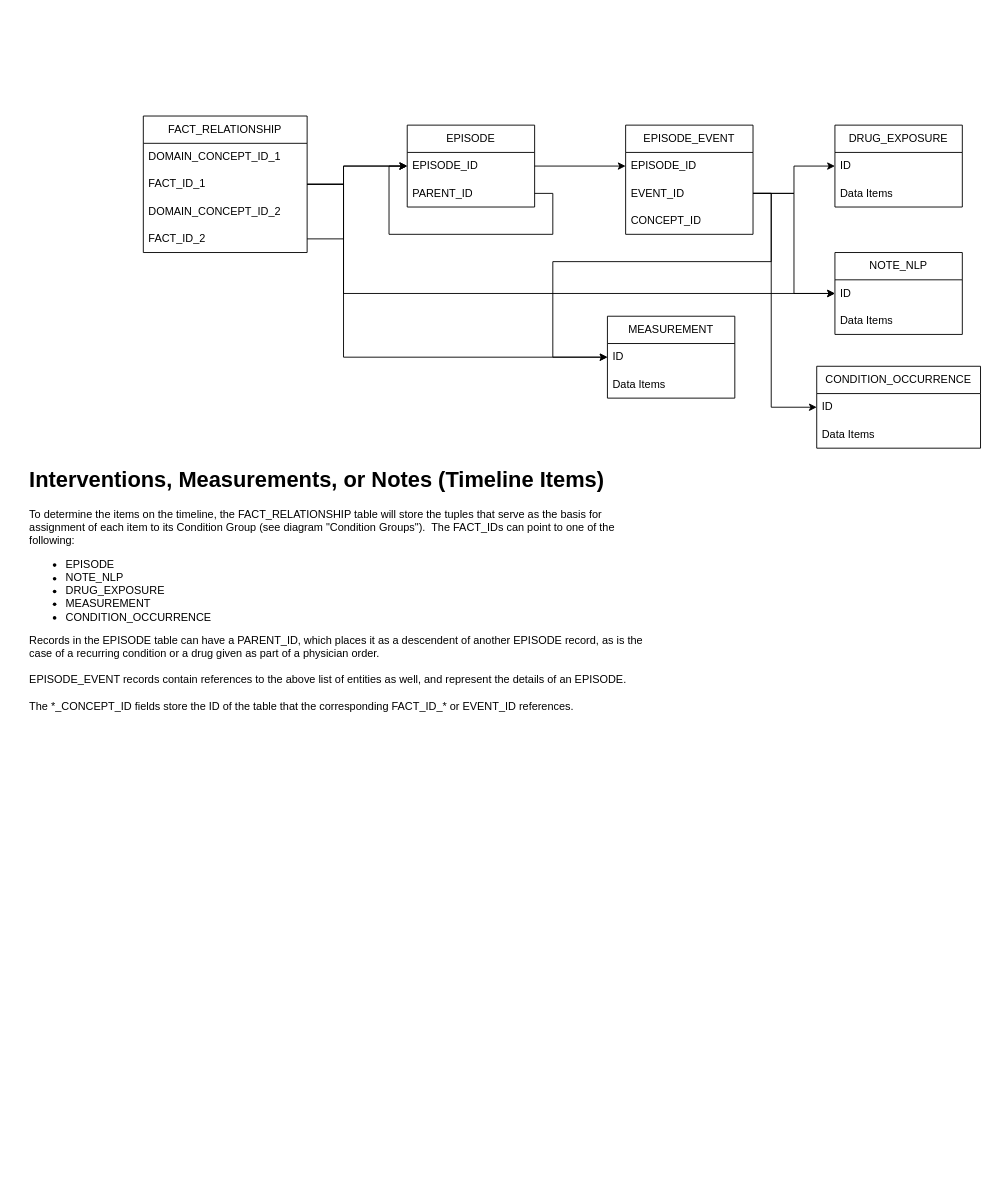
Above: page "Timeline Items" (3 of 7) of R21 PSKB Usage of OMOP tables.drawio in ntimkovich/UAB-II-Diagrams (draw.io), before the change. Source tidied: cells renumbered, new cells numbered last; positions are measured from the earlier drawing's top-left corner, leaving out a move shared by most shapes. Both pictures are drawn from the tidied source at 91%, with x=0, y=0 at pixel (25, 116).
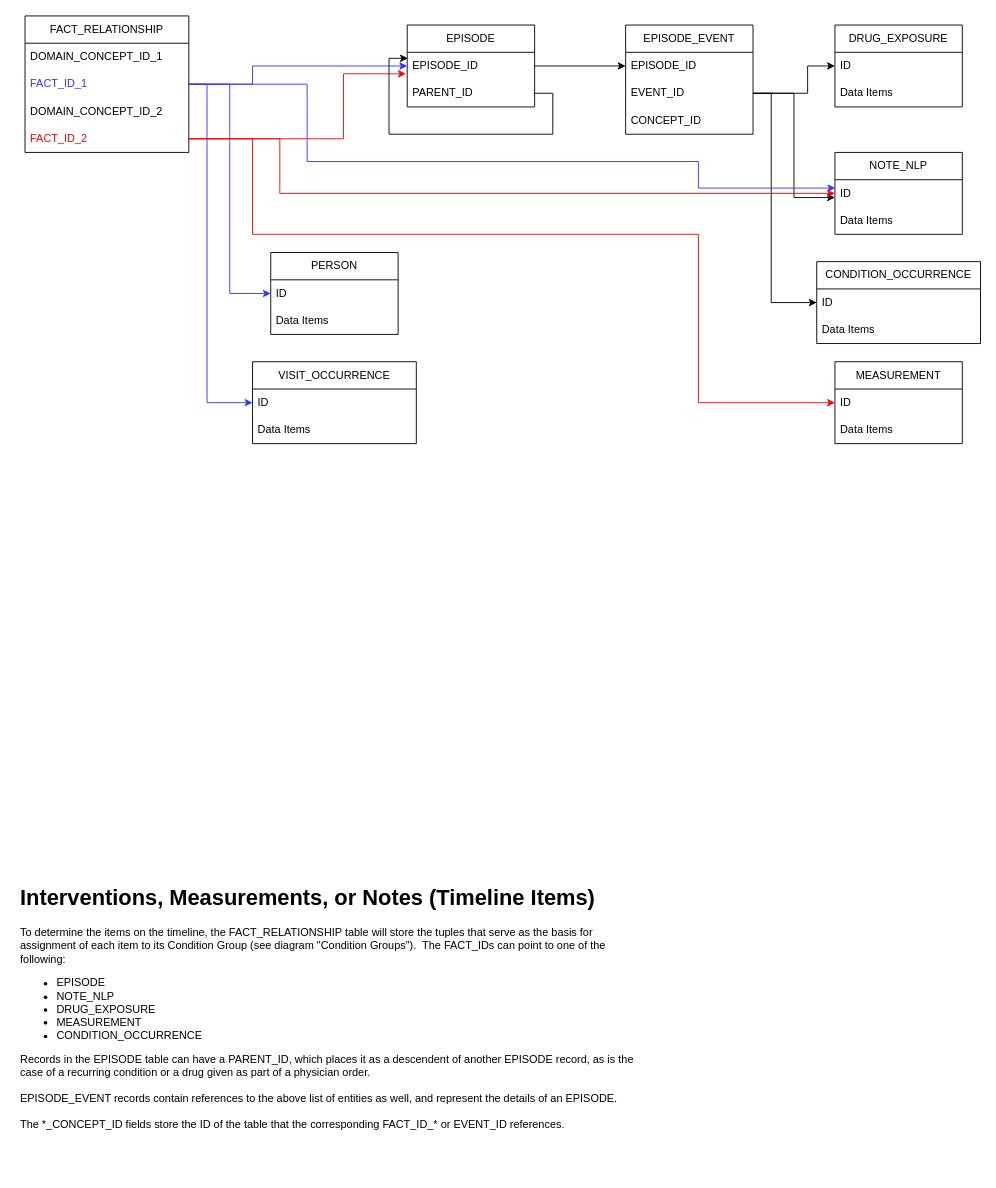
Above is the later version.

Commit message (it also covers changes not shown here):
Modified Timeline Items diagram to show actual relationships, color-coded

Unchanged cells that the change refers to:
```xml
<mxCell id="9" value="EVENT_ID" style="text;strokeColor=none;fillColor=none;align=left;verticalAlign=middle;spacingLeft=4;spacingRight=4;overflow=hidden;points=[[0,0.5],[1,0.5]];portConstraint=eastwest;whiteSpace=wrap;html=1;" parent="7" vertex="1">
  <mxGeometry y="60" width="140" height="30" as="geometry" />
</mxCell>
<mxCell id="12" value="ID" style="text;strokeColor=none;fillColor=none;align=left;verticalAlign=middle;spacingLeft=4;spacingRight=4;overflow=hidden;points=[[0,0.5],[1,0.5]];portConstraint=eastwest;whiteSpace=wrap;html=1;" parent="11" vertex="1">
  <mxGeometry y="30" width="140" height="30" as="geometry" />
</mxCell>
<mxCell id="15" value="ID" style="text;strokeColor=none;fillColor=none;align=left;verticalAlign=middle;spacingLeft=4;spacingRight=4;overflow=hidden;points=[[0,0.5],[1,0.5]];portConstraint=eastwest;whiteSpace=wrap;html=1;" parent="14" vertex="1">
  <mxGeometry y="30" width="140" height="30" as="geometry" />
</mxCell>
<mxCell id="18" value="ID" style="text;strokeColor=none;fillColor=none;align=left;verticalAlign=middle;spacingLeft=4;spacingRight=4;overflow=hidden;points=[[0,0.5],[1,0.5]];portConstraint=eastwest;whiteSpace=wrap;html=1;" parent="17" vertex="1">
  <mxGeometry y="30" width="180" height="30" as="geometry" />
</mxCell>
<mxCell id="24" value="EPISODE_ID" style="text;strokeColor=none;fillColor=none;align=left;verticalAlign=middle;spacingLeft=4;spacingRight=4;overflow=hidden;points=[[0,0.5],[1,0.5]];portConstraint=eastwest;whiteSpace=wrap;html=1;" parent="23" vertex="1">
  <mxGeometry y="30" width="140" height="30" as="geometry" />
</mxCell>
<mxCell id="26" value="PARENT_ID" style="text;strokeColor=none;fillColor=none;align=left;verticalAlign=middle;spacingLeft=4;spacingRight=4;overflow=hidden;points=[[0,0.5],[1,0.5]];portConstraint=eastwest;whiteSpace=wrap;html=1;" parent="23" vertex="1">
  <mxGeometry y="60" width="140" height="30" as="geometry" />
</mxCell>
<mxCell id="32" value="ID" style="text;strokeColor=none;fillColor=none;align=left;verticalAlign=middle;spacingLeft=4;spacingRight=4;overflow=hidden;points=[[0,0.5],[1,0.5]];portConstraint=eastwest;whiteSpace=wrap;html=1;" parent="31" vertex="1">
  <mxGeometry y="30" width="140" height="30" as="geometry" />
</mxCell>
```

The edit, as a diff of the source:
```diff
@@
     <mxCell id="2" value="FACT_RELATIONSHIP" style="swimlane;fontStyle=0;horizontal=1;startSize=30;whiteSpace=wrap;html=1;" parent="1" vertex="1">
-      <mxGeometry x="130" width="180" height="150" as="geometry" />
+      <mxGeometry y="-110" width="180" height="150" as="geometry" />
     </mxCell>
@@
-    <mxCell id="4" value="FACT_ID_1" style="text;strokeColor=none;fillColor=none;align=left;verticalAlign=middle;spacingLeft=4;spacingRight=4;overflow=hidden;points=[[0,0.5],[1,0.5]];portConstraint=eastwest;whiteSpace=wrap;html=1;" parent="2" vertex="1">
+    <mxCell id="4" value="FACT_ID_1" style="text;strokeColor=none;fillColor=none;align=left;verticalAlign=middle;spacingLeft=4;spacingRight=4;overflow=hidden;points=[[0,0.5],[1,0.5]];portConstraint=eastwest;whiteSpace=wrap;html=1;fontColor=#3333FF;" parent="2" vertex="1">
       <mxGeometry y="60" width="180" height="30" as="geometry" />
     </mxCell>
@@
-    <mxCell id="6" value="FACT_ID_2" style="text;strokeColor=none;fillColor=none;align=left;verticalAlign=middle;spacingLeft=4;spacingRight=4;overflow=hidden;points=[[0,0.5],[1,0.5]];portConstraint=eastwest;whiteSpace=wrap;html=1;" parent="2" vertex="1">
+    <mxCell id="6" value="FACT_ID_2" style="text;strokeColor=none;fillColor=none;align=left;verticalAlign=middle;spacingLeft=4;spacingRight=4;overflow=hidden;points=[[0,0.5],[1,0.5]];portConstraint=eastwest;whiteSpace=wrap;html=1;fontColor=#FF0000;" parent="2" vertex="1">
       <mxGeometry y="120" width="180" height="30" as="geometry" />
     </mxCell>
     <mxCell id="7" value="EPISODE_EVENT" style="swimlane;fontStyle=0;horizontal=1;startSize=30;whiteSpace=wrap;html=1;" parent="1" vertex="1">
-      <mxGeometry x="660" y="10" width="140" height="120" as="geometry" />
+      <mxGeometry x="660" y="-100" width="140" height="120" as="geometry" />
     </mxCell>
@@
     <mxCell id="11" value="DRUG_EXPOSURE" style="swimlane;fontStyle=0;horizontal=1;startSize=30;whiteSpace=wrap;html=1;" parent="1" vertex="1">
-      <mxGeometry x="890" y="10" width="140" height="90" as="geometry" />
+      <mxGeometry x="890" y="-100" width="140" height="90" as="geometry" />
     </mxCell>
@@
     <mxCell id="14" value="NOTE_NLP" style="swimlane;fontStyle=0;horizontal=1;startSize=30;whiteSpace=wrap;html=1;" parent="1" vertex="1">
-      <mxGeometry x="890" y="150" width="140" height="90" as="geometry" />
+      <mxGeometry x="890" y="40" width="140" height="90" as="geometry" />
     </mxCell>
@@
     <mxCell id="17" value="CONDITION_OCCURRENCE" style="swimlane;fontStyle=0;horizontal=1;startSize=30;whiteSpace=wrap;html=1;" parent="1" vertex="1">
-      <mxGeometry x="870" y="275" width="180" height="90" as="geometry" />
+      <mxGeometry x="870" y="160" width="180" height="90" as="geometry" />
     </mxCell>
@@
     <mxCell id="20" style="edgeStyle=orthogonalEdgeStyle;rounded=0;jettySize=auto;html=1;exitX=1;exitY=0.5;exitDx=0;exitDy=0;entryX=0;entryY=0.5;entryDx=0;entryDy=0;" parent="1" edge="1" source="9" target="12">
-      <mxGeometry relative="1" as="geometry" />
+      <mxGeometry relative="1" as="geometry">
+        <Array as="points">
+          <mxPoint x="860" y="-25" />
+          <mxPoint x="860" y="-55" />
+        </Array>
+      </mxGeometry>
     </mxCell>
-    <mxCell id="21" style="edgeStyle=orthogonalEdgeStyle;rounded=0;jettySize=auto;html=1;exitX=1;exitY=0.5;exitDx=0;exitDy=0;entryX=0;entryY=0.5;entryDx=0;entryDy=0;" parent="1" edge="1" source="9" target="15">
+    <mxCell id="21" style="edgeStyle=orthogonalEdgeStyle;rounded=0;jettySize=auto;html=1;exitX=1;exitY=0.5;exitDx=0;exitDy=0;entryX=0;entryY=0.653;entryDx=0;entryDy=0;entryPerimeter=0;" parent="1" edge="1" source="9" target="15">
       <mxGeometry relative="1" as="geometry" />
     </mxCell>
     <mxCell id="22" style="edgeStyle=orthogonalEdgeStyle;rounded=0;jettySize=auto;html=1;exitX=1;exitY=0.5;exitDx=0;exitDy=0;entryX=0;entryY=0.5;entryDx=0;entryDy=0;" parent="1" edge="1" source="9" target="18">
       <mxGeometry relative="1" as="geometry">
         <Array as="points">
-          <mxPoint x="820" y="85" />
-          <mxPoint x="820" y="320" />
+          <mxPoint x="820" y="-25" />
+          <mxPoint x="820" y="205" />
         </Array>
       </mxGeometry>
     </mxCell>
     <mxCell id="23" value="EPISODE" style="swimlane;fontStyle=0;horizontal=1;startSize=30;whiteSpace=wrap;html=1;" parent="1" vertex="1">
-      <mxGeometry x="420" y="10" width="140" height="90" as="geometry" />
+      <mxGeometry x="420" y="-100" width="140" height="90" as="geometry" />
     </mxCell>
@@
-    <mxCell id="25" style="edgeStyle=orthogonalEdgeStyle;rounded=0;jettySize=auto;html=1;exitX=1;exitY=0.5;exitDx=0;exitDy=0;entryX=0;entryY=0.5;entryDx=0;entryDy=0;" parent="23" edge="1" source="26" target="24">
+    <mxCell id="25" style="edgeStyle=orthogonalEdgeStyle;rounded=0;jettySize=auto;html=1;exitX=1;exitY=0.5;exitDx=0;exitDy=0;entryX=0.005;entryY=0.219;entryDx=0;entryDy=0;entryPerimeter=0;" parent="23" edge="1" source="26" target="24">
       <mxGeometry relative="1" as="geometry">
         <Array as="points">
           <mxPoint x="160" y="75" />
           <mxPoint x="160" y="120" />
           <mxPoint x="-20" y="120" />
-          <mxPoint x="-20" y="45" />
+          <mxPoint x="-20" y="37" />
+          <mxPoint x="1" y="37" />
         </Array>
       </mxGeometry>
     </mxCell>
@@
-    <mxCell id="27" style="edgeStyle=orthogonalEdgeStyle;rounded=0;jettySize=auto;html=1;exitX=1;exitY=0.5;exitDx=0;exitDy=0;entryX=0;entryY=0.5;entryDx=0;entryDy=0;" parent="1" edge="1" source="6" target="24">
+    <mxCell id="27" style="edgeStyle=orthogonalEdgeStyle;rounded=0;jettySize=auto;html=1;exitX=1;exitY=0.5;exitDx=0;exitDy=0;entryX=-0.011;entryY=0.787;entryDx=0;entryDy=0;strokeColor=#FF0000;entryPerimeter=0;" parent="1" edge="1" source="6" target="24">
       <mxGeometry relative="1" as="geometry">
         <Array as="points">
-          <mxPoint x="350" y="135" />
-          <mxPoint x="350" y="55" />
+          <mxPoint x="350" y="25" />
+          <mxPoint x="350" y="-46" />
+          <mxPoint x="419" y="-46" />
         </Array>
       </mxGeometry>
     </mxCell>
@@
-    <mxCell id="29" style="edgeStyle=orthogonalEdgeStyle;rounded=0;jettySize=auto;html=1;exitX=1;exitY=0.5;exitDx=0;exitDy=0;entryX=0;entryY=0.5;entryDx=0;entryDy=0;" parent="1" edge="1" source="4" target="24">
-      <mxGeometry relative="1" as="geometry">
-        <Array as="points">
-          <mxPoint x="350" y="75" />
-          <mxPoint x="350" y="55" />
-        </Array>
-      </mxGeometry>
-    </mxCell>
-    <mxCell id="30" style="edgeStyle=orthogonalEdgeStyle;rounded=0;jettySize=auto;html=1;exitX=1;exitY=0.5;exitDx=0;exitDy=0;entryX=0;entryY=0.5;entryDx=0;entryDy=0;" parent="1" edge="1" source="4" target="15">
+    <mxCell id="30" style="edgeStyle=orthogonalEdgeStyle;rounded=0;jettySize=auto;html=1;exitX=1;exitY=0.5;exitDx=0;exitDy=0;entryX=0.003;entryY=0.307;entryDx=0;entryDy=0;strokeColor=#3333FF;entryPerimeter=0;" parent="1" edge="1" source="4" target="15">
       <mxGeometry relative="1" as="geometry">
         <Array as="points">
-          <mxPoint x="350" y="75" />
-          <mxPoint x="350" y="195" />
+          <mxPoint x="310" y="-35" />
+          <mxPoint x="310" y="50" />
+          <mxPoint x="740" y="50" />
+          <mxPoint x="740" y="79" />
         </Array>
       </mxGeometry>
     </mxCell>
     <mxCell id="31" value="MEASUREMENT" style="swimlane;fontStyle=0;horizontal=1;startSize=30;whiteSpace=wrap;html=1;" parent="1" vertex="1">
-      <mxGeometry x="640" y="220" width="140" height="90" as="geometry" />
+      <mxGeometry x="890" y="270" width="140" height="90" as="geometry" />
     </mxCell>
@@
-    <mxCell id="34" style="edgeStyle=orthogonalEdgeStyle;rounded=0;jettySize=auto;html=1;exitX=1;exitY=0.5;exitDx=0;exitDy=0;entryX=0;entryY=0.5;entryDx=0;entryDy=0;" parent="1" edge="1" source="4" target="32">
-      <mxGeometry relative="1" as="geometry">
-        <Array as="points">
-          <mxPoint x="350" y="75" />
-          <mxPoint x="350" y="265" />
-        </Array>
-      </mxGeometry>
-    </mxCell>
     <mxCell id="35" value="&lt;h1&gt;Interventions, Measurements, or Notes (Timeline Items)&lt;/h1&gt;&lt;p&gt;To determine the items on the timeline, the FACT_RELATIONSHIP table will store the tuples that serve as the basis for assignment of each item to its Condition Group (see diagram &quot;Condition Groups&quot;).&amp;nbsp; The FACT_IDs can point to one of the following:&lt;/p&gt;&lt;p&gt;&lt;/p&gt;&lt;ul&gt;&lt;li&gt;EPISODE&lt;/li&gt;&lt;li&gt;NOTE_NLP&lt;/li&gt;&lt;li&gt;DRUG_EXPOSURE&lt;/li&gt;&lt;li&gt;MEASUREMENT&lt;/li&gt;&lt;li&gt;CONDITION_OCCURRENCE&lt;/li&gt;&lt;/ul&gt;&lt;div&gt;Records in the EPISODE table can have a PARENT_ID, which places it as a descendent of another EPISODE record, as is the case of a recurring condition or a drug given as part of a physician order.&lt;/div&gt;&lt;div&gt;&lt;br&gt;&lt;/div&gt;&lt;div&gt;EPISODE_EVENT records contain references to the above list of entities as well, and represent the details of an EPISODE.&lt;/div&gt;&lt;div&gt;&lt;br&gt;&lt;/div&gt;&lt;div&gt;The *_CONCEPT_ID fields store the ID of the table that the corresponding FACT_ID_* or EVENT_ID references.&lt;/div&gt;&lt;p&gt;&lt;/p&gt;" style="text;html=1;strokeColor=none;fillColor=none;spacing=5;spacingTop=-20;whiteSpace=wrap;overflow=hidden;rounded=0;" parent="1" vertex="1">
-      <mxGeometry y="380" width="700" height="320" as="geometry" />
+      <mxGeometry x="-10" y="840" width="700" height="320" as="geometry" />
     </mxCell>
-    <mxCell id="36" style="edgeStyle=orthogonalEdgeStyle;rounded=0;jettySize=auto;html=1;exitX=1;exitY=0.5;exitDx=0;exitDy=0;entryX=0;entryY=0.5;entryDx=0;entryDy=0;" parent="1" edge="1" source="9" target="32">
-      <mxGeometry relative="1" as="geometry">
-        <Array as="points">
-          <mxPoint x="820" y="85" />
-          <mxPoint x="820" y="160" />
-          <mxPoint x="580" y="160" />
-          <mxPoint x="580" y="265" />
-        </Array>
-      </mxGeometry>
-    </mxCell>
+    <mxCell id="29" style="edgeStyle=orthogonalEdgeStyle;rounded=0;jettySize=auto;html=1;exitX=1;exitY=0.5;exitDx=0;exitDy=0;entryX=0;entryY=0.5;entryDx=0;entryDy=0;strokeColor=#3333FF;" parent="1" edge="1" source="4" target="24">
+      <mxGeometry relative="1" as="geometry">
+        <Array as="points">
+          <mxPoint x="250" y="-35" />
+          <mxPoint x="250" y="-55" />
+        </Array>
+      </mxGeometry>
+    </mxCell>
+    <mxCell id="37" value="VISIT_OCCURRENCE" style="swimlane;fontStyle=0;horizontal=1;startSize=30;whiteSpace=wrap;html=1;" parent="1" vertex="1">
+      <mxGeometry x="250" y="270" width="180" height="90" as="geometry" />
+    </mxCell>
+    <mxCell id="38" value="ID" style="text;strokeColor=none;fillColor=none;align=left;verticalAlign=middle;spacingLeft=4;spacingRight=4;overflow=hidden;points=[[0,0.5],[1,0.5]];portConstraint=eastwest;whiteSpace=wrap;html=1;" parent="37" vertex="1">
+      <mxGeometry y="30" width="180" height="30" as="geometry" />
+    </mxCell>
+    <mxCell id="39" value="Data Items" style="text;strokeColor=none;fillColor=none;align=left;verticalAlign=middle;spacingLeft=4;spacingRight=4;overflow=hidden;whiteSpace=wrap;html=1;" parent="37" vertex="1">
+      <mxGeometry y="60" width="180" height="30" as="geometry" />
+    </mxCell>
+    <mxCell id="40" style="edgeStyle=orthogonalEdgeStyle;rounded=0;jettySize=auto;html=1;exitX=1;exitY=0.5;exitDx=0;exitDy=0;entryX=0;entryY=0.5;entryDx=0;entryDy=0;strokeColor=#3333FF;" parent="1" edge="1" source="4" target="38">
+      <mxGeometry relative="1" as="geometry">
+        <Array as="points">
+          <mxPoint x="200" y="-35" />
+          <mxPoint x="200" y="315" />
+        </Array>
+      </mxGeometry>
+    </mxCell>
+    <mxCell id="41" value="PERSON" style="swimlane;fontStyle=0;horizontal=1;startSize=30;whiteSpace=wrap;html=1;" parent="1" vertex="1">
+      <mxGeometry x="270" y="150" width="140" height="90" as="geometry" />
+    </mxCell>
+    <mxCell id="42" value="ID" style="text;strokeColor=none;fillColor=none;align=left;verticalAlign=middle;spacingLeft=4;spacingRight=4;overflow=hidden;points=[[0,0.5],[1,0.5]];portConstraint=eastwest;whiteSpace=wrap;html=1;" parent="41" vertex="1">
+      <mxGeometry y="30" width="140" height="30" as="geometry" />
+    </mxCell>
+    <mxCell id="43" value="Data Items" style="text;strokeColor=none;fillColor=none;align=left;verticalAlign=middle;spacingLeft=4;spacingRight=4;overflow=hidden;whiteSpace=wrap;html=1;" parent="41" vertex="1">
+      <mxGeometry y="60" width="140" height="30" as="geometry" />
+    </mxCell>
+    <mxCell id="44" style="edgeStyle=orthogonalEdgeStyle;rounded=0;jettySize=auto;html=1;exitX=1;exitY=0.5;exitDx=0;exitDy=0;entryX=0;entryY=0.5;entryDx=0;entryDy=0;strokeColor=#3333FF;" parent="1" edge="1" source="4" target="42">
+      <mxGeometry relative="1" as="geometry" />
+    </mxCell>
+    <mxCell id="45" style="edgeStyle=orthogonalEdgeStyle;rounded=0;jettySize=auto;html=1;exitX=1;exitY=0.5;exitDx=0;exitDy=0;entryX=0;entryY=0.5;entryDx=0;entryDy=0;strokeColor=#FF0000;" parent="1" edge="1" source="6" target="15">
+      <mxGeometry relative="1" as="geometry">
+        <Array as="points">
+          <mxPoint x="280" y="25" />
+          <mxPoint x="280" y="85" />
+        </Array>
+      </mxGeometry>
+    </mxCell>
+    <mxCell id="46" style="edgeStyle=orthogonalEdgeStyle;rounded=0;jettySize=auto;html=1;exitX=1;exitY=0.5;exitDx=0;exitDy=0;entryX=0;entryY=0.5;entryDx=0;entryDy=0;strokeColor=#FF0000;" parent="1" edge="1" source="6" target="32">
+      <mxGeometry relative="1" as="geometry">
+        <Array as="points">
+          <mxPoint x="250" y="25" />
+          <mxPoint x="250" y="130" />
+          <mxPoint x="740" y="130" />
+          <mxPoint x="740" y="315" />
+        </Array>
+      </mxGeometry>
+    </mxCell>
```
